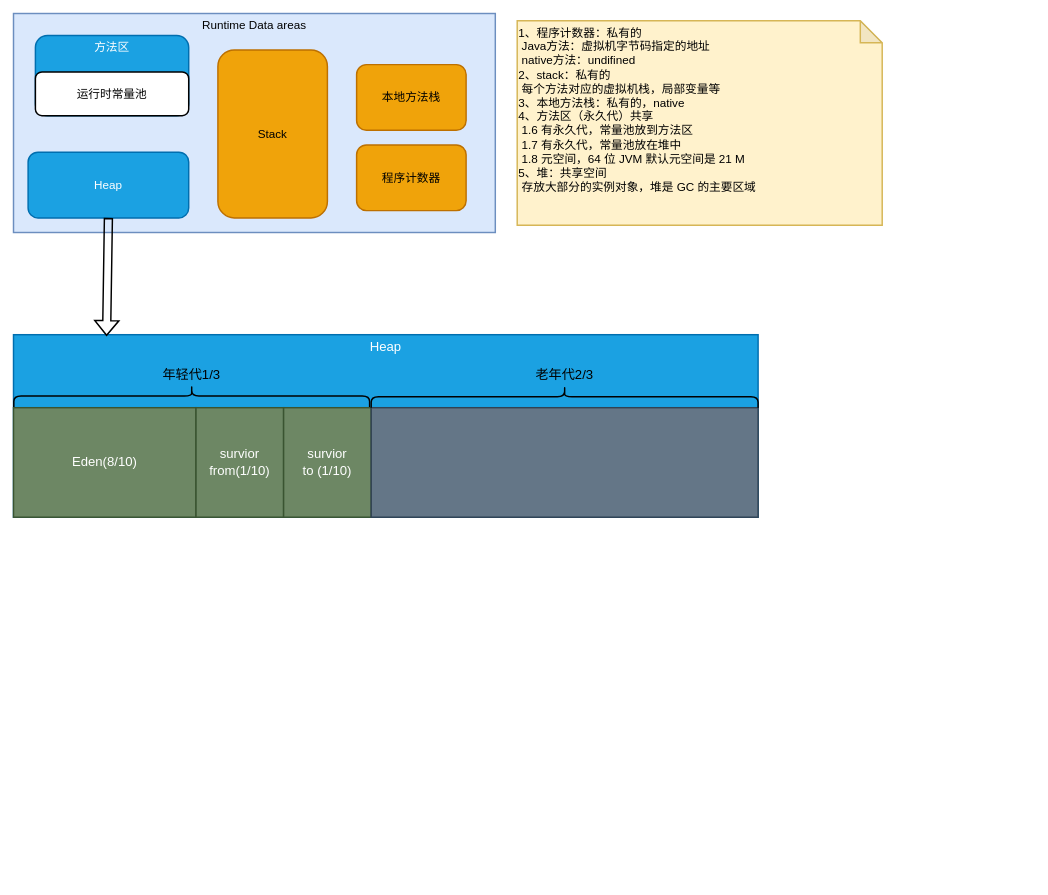
The draw.io diagram page "运行时数据区域" (4 of 4) of JVM.drawio in starzy1990/diagrams, before the edit. Source tidied: cells renumbered, new cells numbered last; positions are measured from the earlier drawing's top-left corner, leaving out a move shared by most shapes. Both pictures are drawn from the tidied source at 73%, with x=0, y=0 at pixel (13, 13).
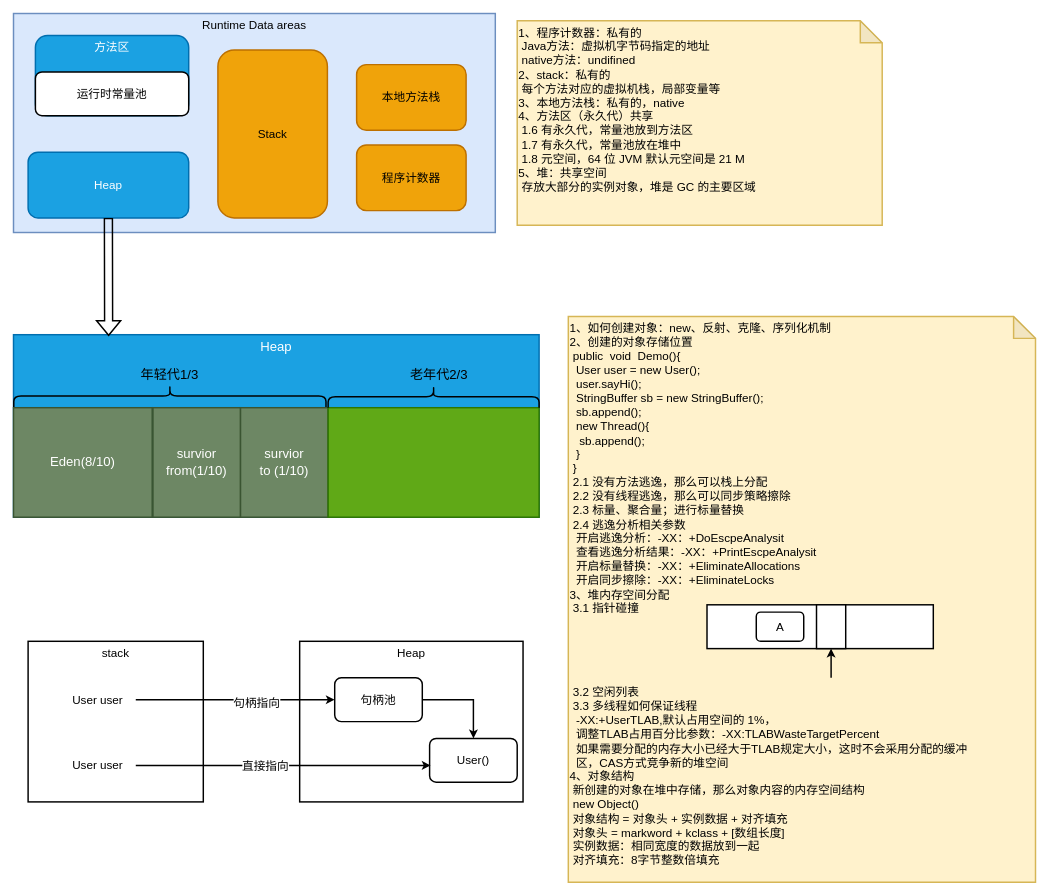
The same page after the edit.

The change refers to these unchanged cells:
```xml
<mxCell id="6" value="Heap" style="rounded=1;whiteSpace=wrap;html=1;fontSize=16;strokeWidth=2;fillColor=#1ba1e2;fontColor=#ffffff;strokeColor=#006EAF;" parent="1" vertex="1">
  <mxGeometry x="20" y="190" width="220" height="90" as="geometry" />
</mxCell>
```

The edit, as a diff of the source:
```diff
@@
+    <mxCell id="20" value="Heap" style="rounded=0;whiteSpace=wrap;html=1;fontSize=16;strokeWidth=2;verticalAlign=top;" parent="1" vertex="1">
+      <mxGeometry x="392" y="860" width="306" height="220" as="geometry" />
+    </mxCell>
@@
     <mxCell id="10" value="Heap" style="rounded=0;whiteSpace=wrap;html=1;fontSize=18;strokeWidth=2;verticalAlign=top;fillColor=#1ba1e2;strokeColor=#006EAF;fontColor=#ffffff;" parent="1" vertex="1">
-      <mxGeometry y="440" width="1020" height="250" as="geometry" />
+      <mxGeometry y="440" width="720" height="250" as="geometry" />
     </mxCell>
-    <mxCell id="11" style="shape=flexArrow;endArrow=classic;html=1;rounded=0;fontSize=16;strokeWidth=2;exitX=0.5;exitY=1;exitDx=0;exitDy=0;entryX=0.125;entryY=0.007;entryDx=0;entryDy=0;entryPerimeter=0;" parent="1" edge="1" source="6" target="10">
+    <mxCell id="11" style="shape=flexArrow;endArrow=classic;html=1;rounded=0;fontSize=16;strokeWidth=2;exitX=0.5;exitY=1;exitDx=0;exitDy=0;entryX=0.181;entryY=0.007;entryDx=0;entryDy=0;entryPerimeter=0;" parent="1" edge="1" source="6" target="10">
       <mxGeometry relative="1" as="geometry" />
     </mxCell>
     <mxCell id="12" value="Eden(8/10)" style="rounded=0;whiteSpace=wrap;html=1;fontSize=18;strokeWidth=2;fillColor=#6d8764;fontColor=#ffffff;strokeColor=#3A5431;" parent="1" vertex="1">
-      <mxGeometry y="540" width="250" height="150" as="geometry" />
+      <mxGeometry y="540" width="190" height="150" as="geometry" />
     </mxCell>
     <mxCell id="13" value="survior&lt;br style=&quot;font-size: 18px;&quot;&gt;from(1/10)" style="rounded=0;whiteSpace=wrap;html=1;fontSize=18;strokeWidth=2;fillColor=#6d8764;fontColor=#ffffff;strokeColor=#3A5431;" parent="1" vertex="1">
-      <mxGeometry x="250" y="540" width="120" height="150" as="geometry" />
+      <mxGeometry x="191" y="540" width="120" height="150" as="geometry" />
     </mxCell>
     <mxCell id="14" value="survior&lt;br style=&quot;font-size: 18px;&quot;&gt;to (1/10)" style="rounded=0;whiteSpace=wrap;html=1;fontSize=18;strokeWidth=2;fillColor=#6d8764;fontColor=#ffffff;strokeColor=#3A5431;" parent="1" vertex="1">
-      <mxGeometry x="370" y="540" width="120" height="150" as="geometry" />
+      <mxGeometry x="311" y="540" width="120" height="150" as="geometry" />
     </mxCell>
-    <mxCell id="15" style="rounded=0;whiteSpace=wrap;html=1;fontSize=16;strokeWidth=2;fillColor=#647687;fontColor=#ffffff;strokeColor=#314354;" parent="1" vertex="1">
-      <mxGeometry x="490" y="540" width="530" height="150" as="geometry" />
+    <mxCell id="15" style="rounded=0;whiteSpace=wrap;html=1;fontSize=16;strokeWidth=2;fillColor=#60a917;fontColor=#ffffff;strokeColor=#2D7600;" parent="1" vertex="1">
+      <mxGeometry x="431" y="540" width="289" height="150" as="geometry" />
     </mxCell>
     <mxCell id="16" style="shape=curlyBracket;whiteSpace=wrap;html=1;rounded=1;fontSize=16;strokeWidth=2;rotation=90;size=0.5;" parent="1" vertex="1">
-      <mxGeometry x="229.1" y="280.3" width="30" height="487.4" as="geometry" />
+      <mxGeometry x="199.2" y="310.2" width="30" height="427.7" as="geometry" />
     </mxCell>
     <mxCell id="17" value="年轻代1/3" style="text;html=1;strokeColor=none;fillColor=none;align=center;verticalAlign=middle;whiteSpace=wrap;rounded=0;fontSize=18;" parent="1" vertex="1">
-      <mxGeometry x="201.1" y="480" width="86" height="30" as="geometry" />
+      <mxGeometry x="171.2" y="480" width="86" height="30" as="geometry" />
     </mxCell>
     <mxCell id="18" style="shape=curlyBracket;whiteSpace=wrap;html=1;rounded=1;flipH=1;fontSize=18;strokeWidth=2;direction=south;" parent="1" vertex="1">
-      <mxGeometry x="490" y="510" width="530" height="30" as="geometry" />
+      <mxGeometry x="431" y="510" width="289" height="30" as="geometry" />
     </mxCell>
     <mxCell id="19" value="老年代2/3" style="text;html=1;strokeColor=none;fillColor=none;align=center;verticalAlign=middle;whiteSpace=wrap;rounded=0;fontSize=18;" parent="1" vertex="1">
-      <mxGeometry x="712" y="480" width="86" height="30" as="geometry" />
+      <mxGeometry x="540" y="480" width="86" height="30" as="geometry" />
     </mxCell>
+    <mxCell id="21" value="1、如何创建对象：new、反射、克隆、序列化机制&lt;br&gt;2、创建的对象存储位置&lt;br&gt;&lt;span style=&quot;white-space: pre&quot;&gt; &lt;/span&gt;public&amp;nbsp; void&amp;nbsp; Demo(){&lt;br&gt;&lt;span style=&quot;white-space: pre&quot;&gt; &lt;/span&gt;&lt;span style=&quot;white-space: pre&quot;&gt; U&lt;/span&gt;ser user = new User();&lt;br&gt;&lt;span style=&quot;white-space: pre&quot;&gt; &lt;/span&gt;&lt;span style=&quot;white-space: pre&quot;&gt; &lt;/span&gt;user.sayHi();&lt;br&gt;&lt;span style=&quot;white-space: pre&quot;&gt; &lt;/span&gt;&lt;span style=&quot;white-space: pre&quot;&gt; &lt;/span&gt;StringBuffer sb = new StringBuffer();&lt;br&gt;&lt;span style=&quot;white-space: pre&quot;&gt; &lt;/span&gt;&lt;span style=&quot;white-space: pre&quot;&gt; &lt;/span&gt;sb.append();&lt;br&gt;&lt;span style=&quot;white-space: pre&quot;&gt; &lt;/span&gt;&lt;span style=&quot;white-space: pre&quot;&gt; &lt;/span&gt;new Thread(){&lt;br&gt;&lt;span style=&quot;white-space: pre&quot;&gt; &lt;/span&gt;&lt;span style=&quot;white-space: pre&quot;&gt; &lt;/span&gt;&lt;span style=&quot;white-space: pre&quot;&gt; s&lt;/span&gt;b.append();&lt;br&gt;&lt;span style=&quot;white-space: pre&quot;&gt; &lt;/span&gt;&lt;span style=&quot;white-space: pre&quot;&gt; &lt;/span&gt;}&lt;br&gt;&lt;span style=&quot;white-space: pre&quot;&gt; &lt;/span&gt;}&lt;br&gt;&lt;span style=&quot;white-space: pre&quot;&gt; &lt;/span&gt;2.1 没有方法逃逸，那么可以栈上分配&lt;br&gt;&lt;span style=&quot;white-space: pre&quot;&gt; &lt;/span&gt;2.2 没有线程逃逸，那么可以同步策略擦除&lt;br&gt;&lt;span style=&quot;white-space: pre&quot;&gt; &lt;/span&gt;2.3 标量、聚合量；进行标量替换&lt;br&gt;&lt;span style=&quot;white-space: pre&quot;&gt; &lt;/span&gt;2.4 逃逸分析相关参数&lt;br&gt;&lt;span style=&quot;white-space: pre&quot;&gt; &lt;/span&gt;&lt;span style=&quot;white-space: pre&quot;&gt; &lt;/span&gt;开启逃逸分析：-XX：+DoEscpeAnalysit&lt;br&gt;&lt;span style=&quot;white-space: pre&quot;&gt; &lt;/span&gt;&lt;span style=&quot;white-space: pre&quot;&gt; &lt;/span&gt;查看逃逸分析结果：-XX：+PrintEscpeAnalysit&lt;br&gt;&lt;span style=&quot;white-space: pre&quot;&gt; &lt;/span&gt;&lt;span style=&quot;white-space: pre&quot;&gt; &lt;/span&gt;开启标量替换：-XX：+EliminateAllocations&lt;br&gt;&lt;span style=&quot;white-space: pre&quot;&gt; &lt;/span&gt;&lt;span style=&quot;white-space: pre&quot;&gt; &lt;/span&gt;开启同步擦除：-XX：+EliminateLocks&lt;br&gt;3、堆内存空间分配&lt;br&gt;&lt;span style=&quot;white-space: pre&quot;&gt; &lt;/span&gt;3.1 指针碰撞&lt;br&gt;&lt;br&gt;&lt;br&gt;&lt;br&gt;&lt;br&gt;&lt;br&gt;&lt;span style=&quot;white-space: pre&quot;&gt; &lt;/span&gt;3.2 空闲列表&lt;br&gt;&lt;span style=&quot;white-space: pre&quot;&gt; &lt;/span&gt;3.3 多线程如何保证线程&lt;br&gt;&lt;span style=&quot;white-space: pre&quot;&gt; &lt;/span&gt;&lt;span style=&quot;white-space: pre&quot;&gt; &lt;/span&gt;-XX:+UserTLAB,默认占用空间的 1%，&lt;br&gt;&lt;span style=&quot;white-space: pre&quot;&gt; &lt;/span&gt;&lt;span style=&quot;white-space: pre&quot;&gt; &lt;/span&gt;调整TLAB占用百分比参数：-XX:TLABWasteTargetPercent&lt;br&gt;&lt;span style=&quot;white-space: pre&quot;&gt; &lt;/span&gt;&lt;span style=&quot;white-space: pre&quot;&gt; &lt;/span&gt;如果需要分配的内存大小已经大于TLAB规定大小，这时不会采用分配的缓冲&lt;br&gt;&lt;span style=&quot;white-space: pre&quot;&gt; &lt;/span&gt;&lt;span style=&quot;white-space: pre&quot;&gt; &lt;/span&gt;区，CAS方式竞争新的堆空间&lt;br&gt;4、对象结构&lt;br&gt;&lt;span style=&quot;white-space: pre&quot;&gt; &lt;/span&gt;新创建的对象在堆中存储，那么对象内容的内存空间结构&lt;br&gt;&lt;span style=&quot;white-space: pre&quot;&gt; &lt;/span&gt;new Object()&lt;br&gt;&lt;span style=&quot;white-space: pre&quot;&gt; &lt;/span&gt;对象结构 = 对象头 + 实例数据 + 对齐填充&lt;br&gt;&lt;span style=&quot;white-space: pre&quot;&gt; &lt;/span&gt;对象头 = markword + kclass + [数组长度]&lt;br&gt;&lt;span style=&quot;white-space: pre&quot;&gt; &lt;/span&gt;实例数据：相同宽度的数据放到一起&lt;br&gt;&lt;span style=&quot;white-space: pre&quot;&gt; &lt;/span&gt;对齐填充：8字节整数倍填充" style="shape=note;whiteSpace=wrap;html=1;backgroundOutline=1;darkOpacity=0.05;fontSize=16;strokeWidth=2;fillColor=#fff2cc;strokeColor=#d6b656;verticalAlign=top;align=left;" parent="1" vertex="1">
+      <mxGeometry x="760" y="415" width="640" height="775" as="geometry" />
+    </mxCell>
+    <mxCell id="22" style="rounded=0;whiteSpace=wrap;html=1;fontSize=16;strokeWidth=2;" parent="1" vertex="1">
+      <mxGeometry x="950" y="810" width="310" height="60" as="geometry" />
+    </mxCell>
+    <mxCell id="23" style="rounded=0;whiteSpace=wrap;html=1;fontSize=16;strokeWidth=2;" parent="1" vertex="1">
+      <mxGeometry x="1100" y="810" width="40" height="60" as="geometry" />
+    </mxCell>
+    <mxCell id="24" style="endArrow=classic;html=1;rounded=0;fontSize=16;strokeWidth=2;entryX=0.5;entryY=1;entryDx=0;entryDy=0;" parent="1" edge="1" target="23">
+      <mxGeometry relative="1" as="geometry">
+        <mxPoint x="1120" y="910" as="sourcePoint" />
+      </mxGeometry>
+    </mxCell>
+    <mxCell id="25" value="A" style="rounded=1;whiteSpace=wrap;html=1;fontSize=16;strokeWidth=2;" parent="1" vertex="1">
+      <mxGeometry x="1017.5" y="820" width="65" height="40" as="geometry" />
+    </mxCell>
+    <mxCell id="26" value="stack" style="rounded=0;whiteSpace=wrap;html=1;fontSize=16;strokeWidth=2;verticalAlign=top;" parent="1" vertex="1">
+      <mxGeometry x="20" y="860" width="240" height="220" as="geometry" />
+    </mxCell>
+    <mxCell id="27" style="edgeStyle=orthogonalEdgeStyle;rounded=0;jettySize=auto;html=1;entryX=0;entryY=0.5;entryDx=0;entryDy=0;fontSize=16;strokeWidth=2;" parent="1" edge="1" source="29" target="31">
+      <mxGeometry relative="1" as="geometry" />
+    </mxCell>
+    <mxCell id="28" value="句柄指向" style="edgeLabel;html=1;align=center;verticalAlign=middle;fontSize=16;" parent="27" vertex="1">
+      <mxGeometry x="0.21" y="-3" relative="1" as="geometry" />
+    </mxCell>
+    <mxCell id="29" value="User user" style="text;html=1;strokeColor=none;fillColor=none;align=center;verticalAlign=middle;whiteSpace=wrap;rounded=0;fontSize=16;" parent="1" vertex="1">
+      <mxGeometry x="62.5" y="925" width="105" height="30" as="geometry" />
+    </mxCell>
+    <mxCell id="30" style="edgeStyle=orthogonalEdgeStyle;rounded=0;jettySize=auto;html=1;fontSize=16;strokeWidth=2;exitX=1;exitY=0.5;exitDx=0;exitDy=0;" parent="1" edge="1" source="31" target="32">
+      <mxGeometry relative="1" as="geometry" />
+    </mxCell>
+    <mxCell id="31" value="句柄池" style="rounded=1;whiteSpace=wrap;html=1;fontSize=16;strokeWidth=2;" parent="1" vertex="1">
+      <mxGeometry x="440" y="910" width="120" height="60" as="geometry" />
+    </mxCell>
+    <mxCell id="32" value="User()" style="rounded=1;whiteSpace=wrap;html=1;fontSize=16;strokeWidth=2;" parent="1" vertex="1">
+      <mxGeometry x="570" y="993" width="120" height="60" as="geometry" />
+    </mxCell>
+    <mxCell id="33" style="edgeStyle=orthogonalEdgeStyle;rounded=0;jettySize=auto;html=1;entryX=0.012;entryY=0.617;entryDx=0;entryDy=0;entryPerimeter=0;fontSize=16;strokeWidth=2;" parent="1" edge="1" source="35" target="32">
+      <mxGeometry relative="1" as="geometry" />
+    </mxCell>
+    <mxCell id="34" value="直接指向" style="edgeLabel;html=1;align=center;verticalAlign=middle;fontSize=16;" parent="33" vertex="1">
+      <mxGeometry x="-0.34" relative="1" as="geometry">
+        <mxPoint x="44" as="offset" />
+      </mxGeometry>
+    </mxCell>
+    <mxCell id="35" value="User user" style="text;html=1;strokeColor=none;fillColor=none;align=center;verticalAlign=middle;whiteSpace=wrap;rounded=0;fontSize=16;" parent="1" vertex="1">
+      <mxGeometry x="62.5" y="1015" width="105" height="30" as="geometry" />
+    </mxCell>
```
